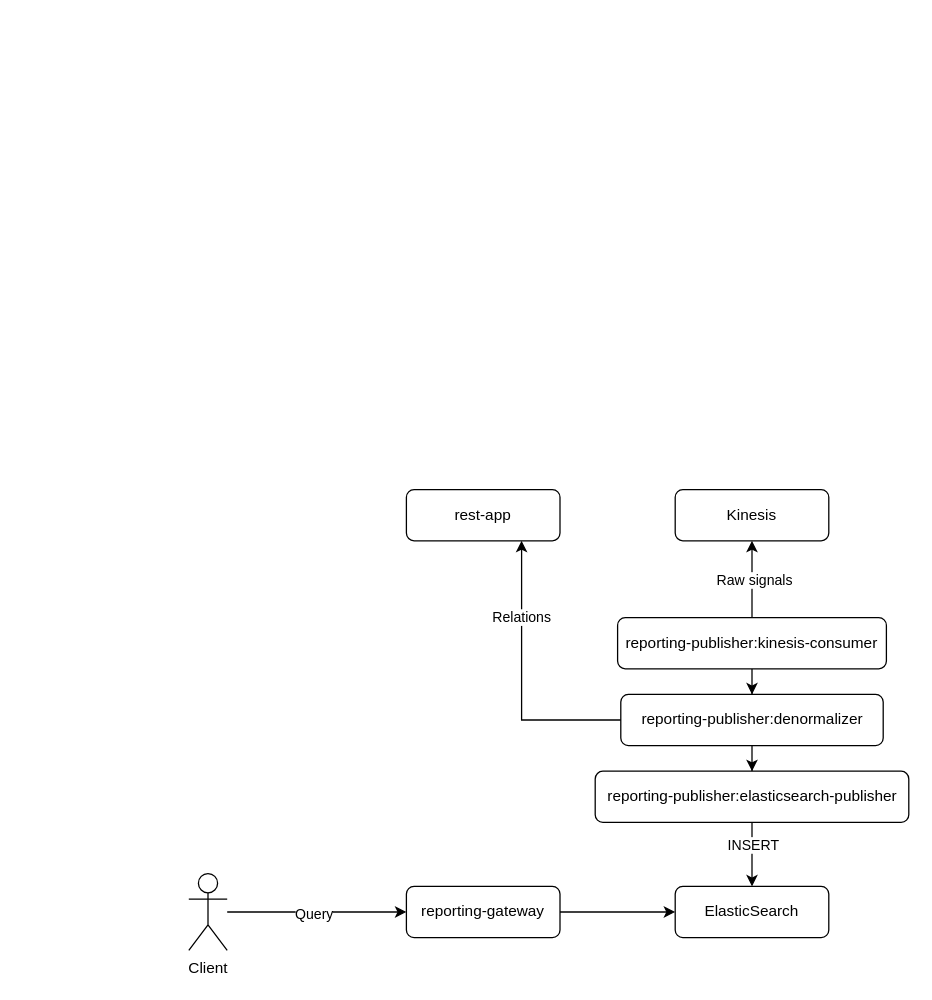
evoconou/draw.io keeps this draw.io diagram as diagrams/reporting.drawio. Above is the earlier version. Source tidied: cells renumbered, new cells numbered last; positions are measured from the earlier drawing's top-left corner, leaving out a move shared by most shapes. Both pictures are drawn from the tidied source at 128%, with x=0, y=0 at pixel (188, 489).
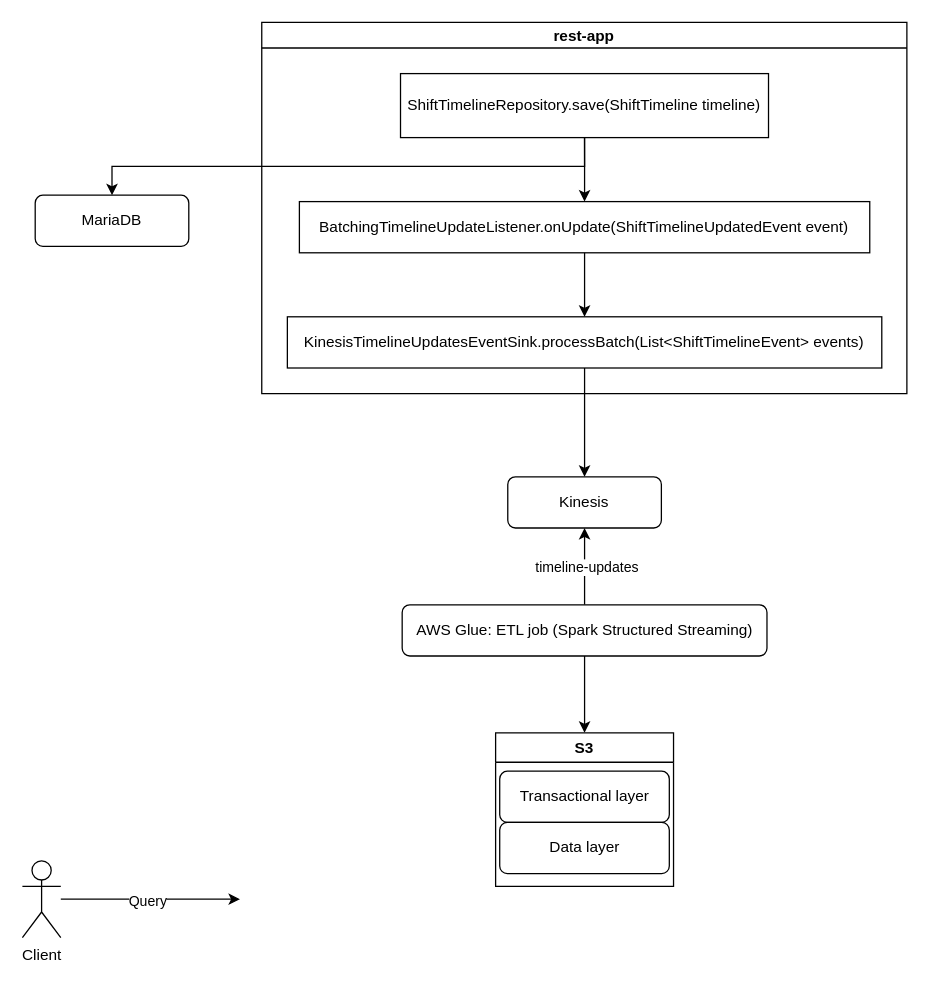
Above is the later version.

Unchanged cells that the change refers to:
```xml
<mxCell id="4" style="edgeStyle=orthogonalEdgeStyle;rounded=0;jettySize=auto;html=1;entryX=0.5;entryY=1;entryDx=0;entryDy=0;" parent="1" edge="1" source="6" target="2">
  <mxGeometry relative="1" as="geometry" />
</mxCell>
```

Diff of the diagram source:
```diff
@@
     <mxCell id="2" value="Kinesis" style="rounded=1;whiteSpace=wrap;html=1;fontSize=12;glass=0;strokeWidth=1;shadow=0;" parent="1" vertex="1">
-      <mxGeometry x="380" width="120" height="40" as="geometry" />
+      <mxGeometry x="249.2" y="-10" width="120" height="40" as="geometry" />
     </mxCell>
-    <mxCell id="3" style="edgeStyle=orthogonalEdgeStyle;rounded=0;jettySize=auto;html=1;" parent="1" edge="1" source="6" target="8">
-      <mxGeometry relative="1" as="geometry" />
-    </mxCell>
@@
-    <mxCell id="5" value="Raw signals" style="edgeLabel;html=1;align=center;verticalAlign=middle;" parent="4" vertex="1">
+    <mxCell id="5" value="timeline-updates" style="edgeLabel;html=1;align=center;verticalAlign=middle;" parent="4" vertex="1">
       <mxGeometry y="-1" relative="1" as="geometry" />
     </mxCell>
+    <mxCell id="21" style="edgeStyle=orthogonalEdgeStyle;rounded=0;jettySize=auto;html=1;entryX=0.5;entryY=0;entryDx=0;entryDy=0;" parent="1" edge="1" source="6" target="30">
+      <mxGeometry relative="1" as="geometry" />
+    </mxCell>
-    <mxCell id="6" value="reporting-publisher:kinesis-consumer" style="rounded=1;whiteSpace=wrap;html=1;fontSize=12;glass=0;strokeWidth=1;shadow=0;" parent="1" vertex="1">
-      <mxGeometry x="335" y="100" width="210" height="40" as="geometry" />
+    <mxCell id="6" value="AWS Glue: ETL job (Spark Structured Streaming)" style="rounded=1;whiteSpace=wrap;html=1;fontSize=12;glass=0;strokeWidth=1;shadow=0;" parent="1" vertex="1">
+      <mxGeometry x="166.7" y="90" width="285" height="40" as="geometry" />
     </mxCell>
-    <mxCell id="7" style="edgeStyle=orthogonalEdgeStyle;rounded=0;jettySize=auto;html=1;" parent="1" edge="1" source="8" target="14">
-      <mxGeometry relative="1" as="geometry" />
-    </mxCell>
-    <mxCell id="8" value="reporting-publisher:denormalizer" style="rounded=1;whiteSpace=wrap;html=1;fontSize=12;glass=0;strokeWidth=1;shadow=0;" parent="1" vertex="1">
-      <mxGeometry x="337.5" y="160" width="205" height="40" as="geometry" />
-    </mxCell>
-    <mxCell id="9" style="edgeStyle=orthogonalEdgeStyle;rounded=0;jettySize=auto;html=1;exitX=0;exitY=0.5;exitDx=0;exitDy=0;entryX=0.75;entryY=1;entryDx=0;entryDy=0;" parent="1" edge="1" source="8" target="11">
-      <mxGeometry relative="1" as="geometry" />
-    </mxCell>
-    <mxCell id="10" value="Relations" style="edgeLabel;html=1;align=center;verticalAlign=middle;" parent="9" vertex="1">
-      <mxGeometry x="0.45" y="1" relative="1" as="geometry" />
-    </mxCell>
-    <mxCell id="11" value="rest-app" style="rounded=1;whiteSpace=wrap;html=1;fontSize=12;glass=0;strokeWidth=1;shadow=0;" parent="1" vertex="1">
-      <mxGeometry x="170" width="120" height="40" as="geometry" />
-    </mxCell>
-    <mxCell id="12" style="edgeStyle=orthogonalEdgeStyle;rounded=0;jettySize=auto;html=1;" parent="1" edge="1" source="14" target="15">
-      <mxGeometry relative="1" as="geometry" />
-    </mxCell>
-    <mxCell id="13" value="INSERT" style="edgeLabel;html=1;align=center;verticalAlign=middle;" parent="12" vertex="1">
-      <mxGeometry x="-0.32" relative="1" as="geometry" />
-    </mxCell>
-    <mxCell id="14" value="reporting-publisher:elasticsearch-publisher" style="rounded=1;whiteSpace=wrap;html=1;fontSize=12;glass=0;strokeWidth=1;shadow=0;" parent="1" vertex="1">
-      <mxGeometry x="317.5" y="220" width="245" height="40" as="geometry" />
-    </mxCell>
-    <mxCell id="15" value="ElasticSearch" style="rounded=1;whiteSpace=wrap;html=1;fontSize=12;glass=0;strokeWidth=1;shadow=0;" parent="1" vertex="1">
-      <mxGeometry x="380" y="310" width="120" height="40" as="geometry" />
-    </mxCell>
-    <mxCell id="16" style="edgeStyle=orthogonalEdgeStyle;rounded=0;jettySize=auto;html=1;entryX=0;entryY=0.5;entryDx=0;entryDy=0;" parent="1" edge="1" source="18" target="20">
-      <mxGeometry relative="1" as="geometry" />
+    <mxCell id="16" style="edgeStyle=orthogonalEdgeStyle;rounded=0;jettySize=auto;html=1;entryX=0;entryY=0.5;entryDx=0;entryDy=0;" parent="1" edge="1" source="18">
+      <mxGeometry relative="1" as="geometry">
+        <mxPoint x="40" y="320" as="targetPoint" />
+      </mxGeometry>
     </mxCell>
@@
     <mxCell id="18" value="Client" style="shape=umlActor;verticalLabelPosition=bottom;verticalAlign=top;html=1;outlineConnect=0;" parent="1" vertex="1">
-      <mxGeometry y="300" width="30" height="60" as="geometry" />
+      <mxGeometry x="-130" y="290" width="30" height="60" as="geometry" />
     </mxCell>
-    <mxCell id="19" style="edgeStyle=orthogonalEdgeStyle;rounded=0;jettySize=auto;html=1;entryX=0;entryY=0.5;entryDx=0;entryDy=0;" parent="1" edge="1" source="20" target="15">
-      <mxGeometry relative="1" as="geometry" />
-    </mxCell>
-    <mxCell id="20" value="reporting-gateway" style="rounded=1;whiteSpace=wrap;html=1;fontSize=12;glass=0;strokeWidth=1;shadow=0;" parent="1" vertex="1">
-      <mxGeometry x="170" y="310" width="120" height="40" as="geometry" />
-    </mxCell>
+    <mxCell id="11" value="rest-app" style="swimlane;startSize=20;horizontal=1;flowOrientation=north;interRankCellSpacing=50;containerType=tree;fontSize=12;swimlaneFillColor=none;" parent="1" vertex="1">
+      <mxGeometry x="57" y="-365" width="504" height="290" as="geometry" />
+    </mxCell>
+    <mxCell id="22" value="ShiftTimelineRepository.save(ShiftTimeline timeline)" style="whiteSpace=wrap;html=1;" parent="11" vertex="1">
+      <mxGeometry x="108.4" y="40" width="287.5" height="50" as="geometry" />
+    </mxCell>
+    <mxCell id="23" value="BatchingTimelineUpdateListener.onUpdate(ShiftTimelineUpdatedEvent event&lt;span style=&quot;background-color: initial;&quot;&gt;)&lt;/span&gt;" style="whiteSpace=wrap;html=1;" parent="11" vertex="1">
+      <mxGeometry x="29.4" y="140" width="445.6" height="40" as="geometry" />
+    </mxCell>
+    <mxCell id="24" style="html=1;rounded=1;curved=0;sourcePerimeterSpacing=0;targetPerimeterSpacing=0;startSize=6;endSize=6;noEdgeStyle=1;orthogonal=1;" parent="11" edge="1" source="22" target="23">
+      <mxGeometry relative="1" as="geometry">
+        <Array as="points">
+          <mxPoint x="252.2" y="102" />
+          <mxPoint x="252.2" y="128" />
+        </Array>
+      </mxGeometry>
+    </mxCell>
+    <mxCell id="25" value="KinesisTimelineUpdatesEventSink.processBatch(List&amp;lt;ShiftTimelineEvent&amp;gt; events&lt;span style=&quot;background-color: initial;&quot;&gt;)&lt;/span&gt;" style="whiteSpace=wrap;html=1;" parent="11" vertex="1">
+      <mxGeometry x="20" y="230" width="464.4" height="40" as="geometry" />
+    </mxCell>
+    <mxCell id="26" style="edgeStyle=orthogonalEdgeStyle;rounded=0;jettySize=auto;html=1;entryX=0.5;entryY=0;entryDx=0;entryDy=0;noEdgeStyle=1;orthogonal=1;" parent="11" edge="1" source="23" target="25">
+      <mxGeometry relative="1" as="geometry">
+        <Array as="points">
+          <mxPoint x="252.2" y="192" />
+          <mxPoint x="252.2" y="218" />
+        </Array>
+      </mxGeometry>
+    </mxCell>
+    <mxCell id="27" value="MariaDB" style="rounded=1;whiteSpace=wrap;html=1;fontSize=12;glass=0;strokeWidth=1;shadow=0;" parent="1" vertex="1">
+      <mxGeometry x="-120" y="-230" width="120" height="40" as="geometry" />
+    </mxCell>
+    <mxCell id="28" style="edgeStyle=orthogonalEdgeStyle;rounded=0;jettySize=auto;html=1;entryX=0.5;entryY=0;entryDx=0;entryDy=0;exitX=0.5;exitY=1;exitDx=0;exitDy=0;" parent="1" edge="1" source="22" target="27">
+      <mxGeometry relative="1" as="geometry" />
+    </mxCell>
+    <mxCell id="29" style="edgeStyle=orthogonalEdgeStyle;rounded=0;jettySize=auto;html=1;entryX=0.5;entryY=0;entryDx=0;entryDy=0;" parent="1" edge="1" source="25" target="2">
+      <mxGeometry relative="1" as="geometry" />
+    </mxCell>
+    <mxCell id="30" value="S3" style="swimlane;" parent="1" vertex="1">
+      <mxGeometry x="239.7" y="190" width="139" height="120" as="geometry" />
+    </mxCell>
+    <mxCell id="14" value="Transactional layer" style="rounded=1;whiteSpace=wrap;html=1;fontSize=12;glass=0;strokeWidth=1;shadow=0;" parent="30" vertex="1">
+      <mxGeometry x="3.2" y="30" width="132.5" height="40" as="geometry" />
+    </mxCell>
+    <mxCell id="31" value="Data layer" style="rounded=1;whiteSpace=wrap;html=1;fontSize=12;glass=0;strokeWidth=1;shadow=0;" parent="30" vertex="1">
+      <mxGeometry x="3.2" y="70" width="132.5" height="40" as="geometry" />
+    </mxCell>
```
